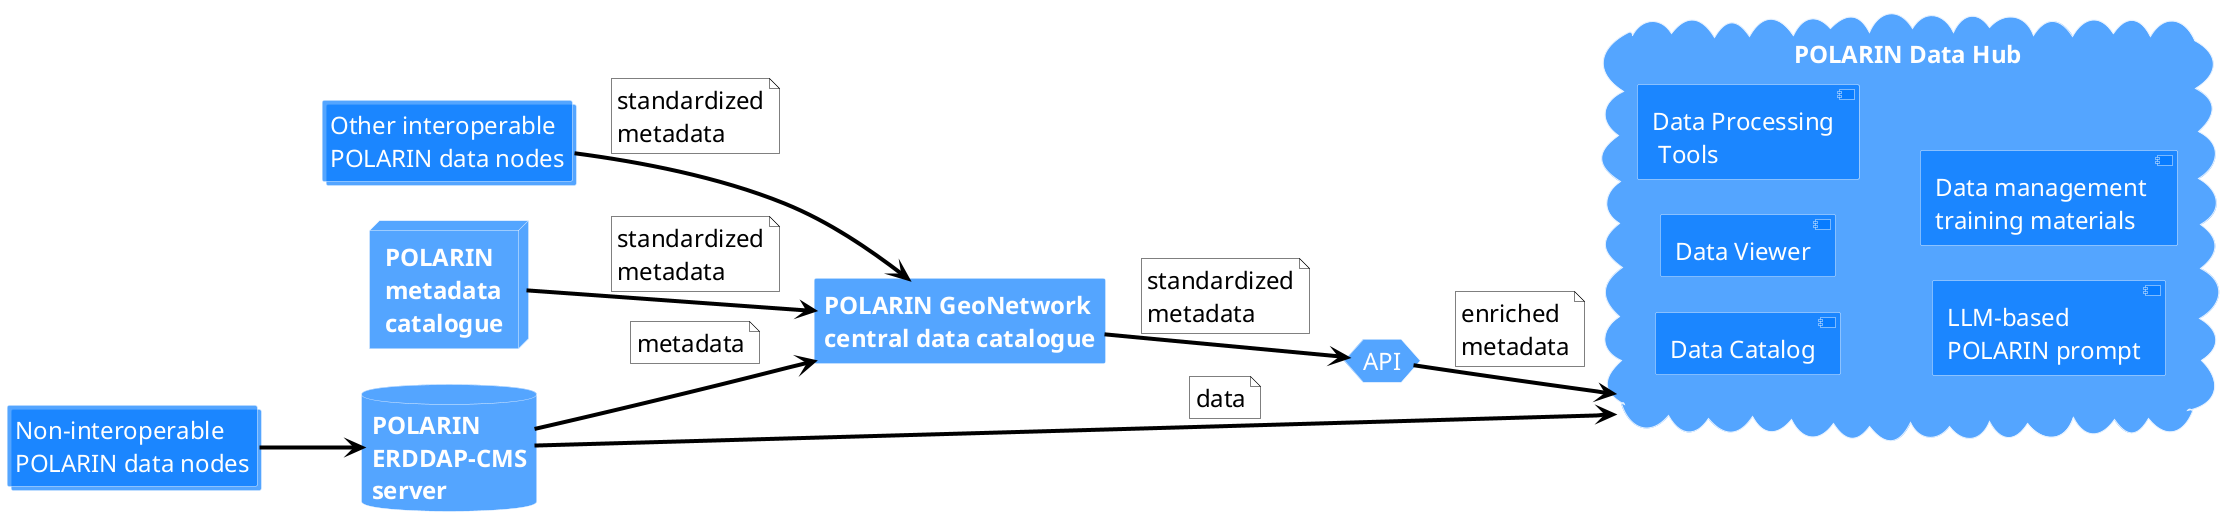
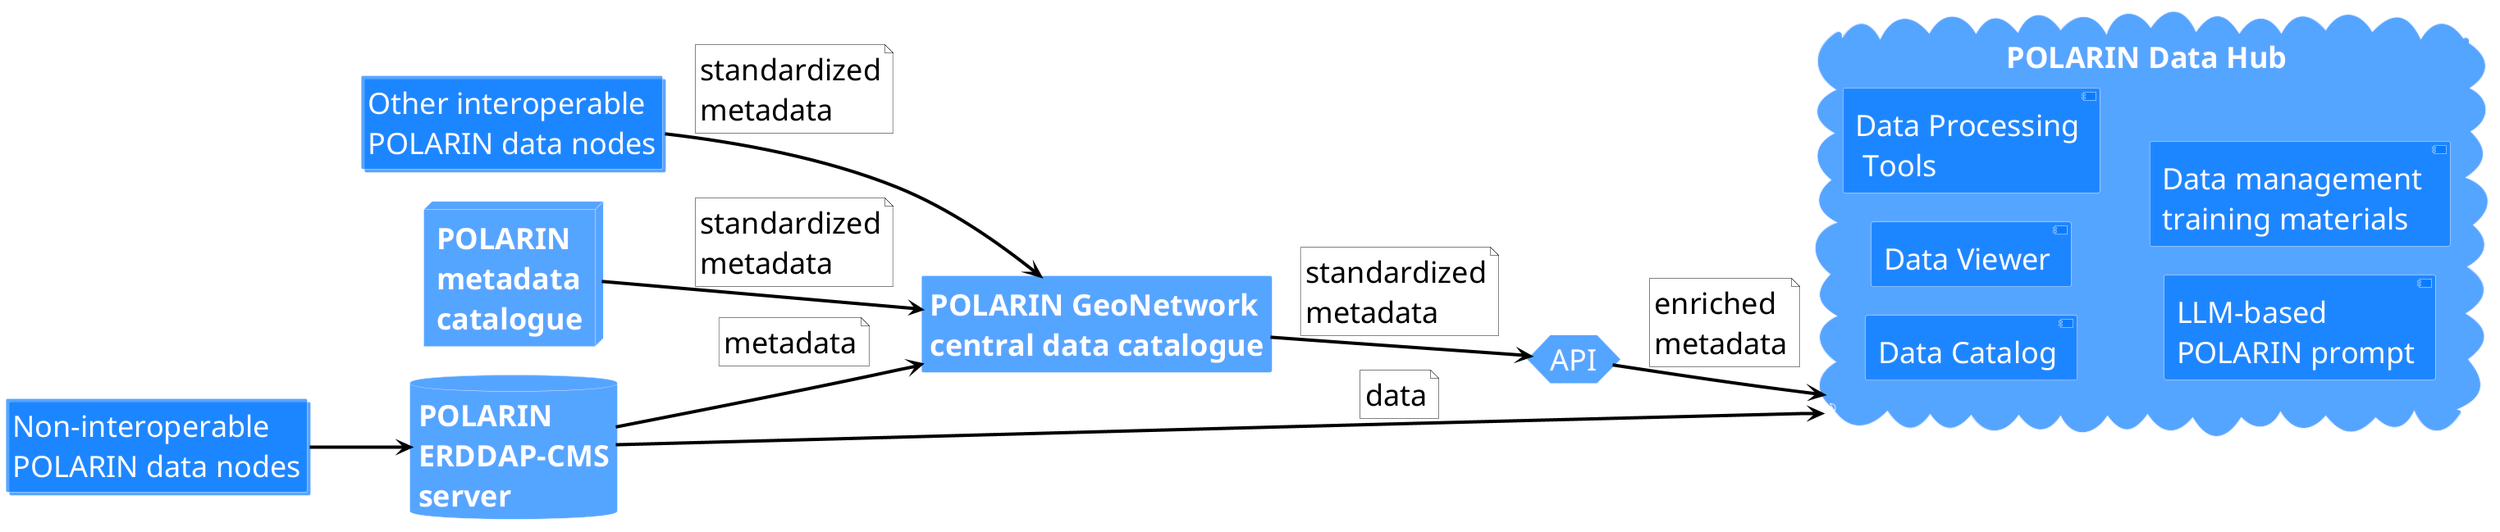
@startuml
left to right direction
skinparam dpi 300   ' higher DPI image, keeps text sharp
- skinparam defaultFontSize 24
+ skinparam defaultFontSize 36
skinparam defaultFontColor #ffffffff
skinparam backgroundColor transparent
skinparam ArrowThickness 4   ' shaft thickness
skinparam ArrowColor #000000 ' default color
skinparam ArrowFontSize 24   ' optional: arrow label font
skinparam ArrowHeadSize 18   ' optional: bigger arrowheads

skinparam component {
  BackgroundColor #0078ffAA
  BorderColor #e6f2ff
}

skinparam rectangle {
  BackgroundColor #0078ffAA
  BorderColor #e6f2ff
}

skinparam collections {
  BackgroundColor #0078ffAA
  BorderColor #e6f2ff
}

skinparam node {
  BackgroundColor #0078ffAA
  BorderColor #e6f2ff
}

skinparam database {
  BackgroundColor #0078ffAA
  BorderColor #e6f2ff
}

skinparam cloud {
  BackgroundColor #0078ffAA
  BorderColor #e6f2ff
}

skinparam hexagon {
  BackgroundColor #0078ffAA
  BorderColor #e6f2ff
}

skinparam note {
  BackgroundColor #ffffffff
  FontColor #000000
  BorderColor #000000
}

' External data sources
collections data_nodes [
Non-interoperable
POLARIN data nodes
]

' External metadata sources
collections metadata_nodes [
Other interoperable
POLARIN data nodes
]

' POLARIN metadata catalogue
node pmc [
<b>POLARIN</b>
<b>metadata</b>
<b>catalogue</b>]

' POLARIN ERDDAP server
database pes [<b>POLARIN</b>
            <b>ERDDAP-CMS</b>
            <b>server</b>
]

' POLARIN GeoNetwork central data catalogue
rectangle pgcdc [<b>POLARIN GeoNetwork</b>
<b>central data catalogue</b>]

' POLARIN Data Hub
cloud "POLARIN Data Hub" as pdh {
    component "Data Catalog" as data_catalog
    component "Data Viewer" as data_viewer
    component "Data Processing\n Tools" as data_tools
    component "LLM-based \nPOLARIN prompt" as llm_interface
    component "Data management \ntraining materials" as training_materials
}

' API
hexagon "API" as api

metadata_nodes --> pgcdc #000000
note on link
   standardized
   metadata
end note

pmc --> pgcdc #000000
note on link
   standardized
   metadata
end note

data_nodes --> pes #000000

pgcdc --> api #000000
note on link
   standardized
   metadata
end note

api --> pdh #000000
note on link
   enriched
   metadata
end note

pes -> pdh #000000
note on link
  data
end note

pes --> pgcdc #000000
note on link
  metadata
end note

@enduml